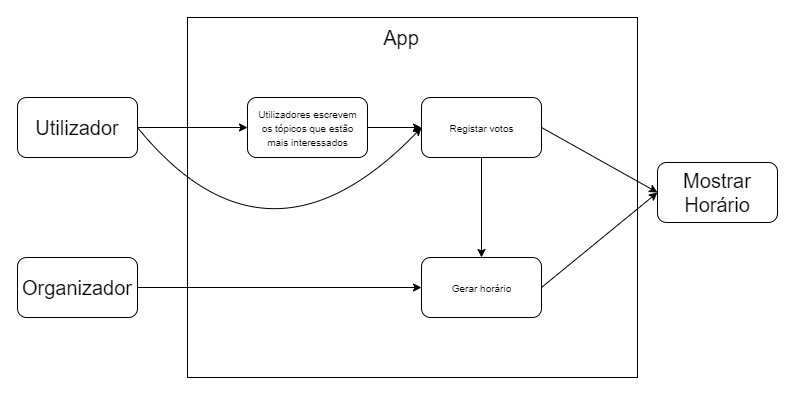
Before: doc/use-cases.png, a diagram exported from draw.io (FEUP-ESOF-2020-21/open-cx-t5g1-wevotewetalk). Source tidied: cells renumbered, new cells last; positions are measured from the earlier drawing's top-left corner, leaving out a move shared by most shapes.
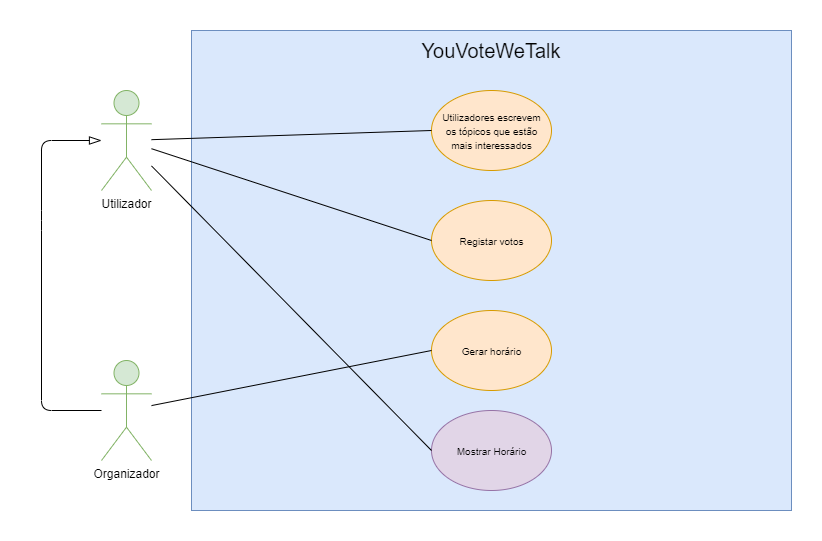
After the change.

Commit message:
Use Cases

What changed in the source:
```diff
@@ -2,73 +2,62 @@
   <root>
     <mxCell id="0" />
     <mxCell id="1" parent="0" />
-    <mxCell id="2" style="rounded=0;whiteSpace=wrap;html=1;" parent="1" vertex="1">
-      <mxGeometry x="170" width="450" height="360" as="geometry" />
+    <mxCell id="2" style="rounded=0;whiteSpace=wrap;html=1;fillColor=#dae8fc;strokeColor=#6c8ebf;" parent="1" vertex="1">
+      <mxGeometry x="170" width="600" height="480" as="geometry" />
     </mxCell>
-    <mxCell id="3" style="rounded=1;whiteSpace=wrap;html=1;" parent="1" vertex="1">
-      <mxGeometry y="80" width="120" height="60" as="geometry" />
-    </mxCell>
+    <mxCell id="23" style="ellipse;whiteSpace=wrap;html=1;fillColor=#ffe6cc;strokeColor=#d79b00;" parent="1" vertex="1">
+      <mxGeometry x="410" y="280" width="120" height="80" as="geometry" />
+    </mxCell>
+    <mxCell id="24" style="ellipse;whiteSpace=wrap;html=1;fillColor=#e1d5e7;strokeColor=#9673a6;" parent="1" vertex="1">
+      <mxGeometry x="410" y="380" width="120" height="80" as="geometry" />
+    </mxCell>
+    <mxCell id="25" style="ellipse;whiteSpace=wrap;html=1;fillColor=#ffe6cc;strokeColor=#d79b00;" parent="1" vertex="1">
+      <mxGeometry x="410" y="170" width="120" height="80" as="geometry" />
+    </mxCell>
+    <mxCell id="26" style="ellipse;whiteSpace=wrap;html=1;fillColor=#ffe6cc;strokeColor=#d79b00;" parent="1" vertex="1">
+      <mxGeometry x="410" y="60" width="120" height="80" as="geometry" />
+    </mxCell>
+    <mxCell id="5" value="&lt;font style=&quot;font-size: 20px&quot;&gt;YouVoteWeTalk&lt;/font&gt;" style="text;html=1;strokeColor=none;fillColor=none;align=center;verticalAlign=middle;whiteSpace=wrap;rounded=0;" parent="1" vertex="1">
+      <mxGeometry x="377" y="10" width="186" height="20" as="geometry" />
+    </mxCell>
+    <mxCell id="10" value="&lt;font style=&quot;font-size: 10px&quot;&gt;Utilizadores escrevem os tópicos que estão mais interessados&lt;/font&gt;" style="text;html=1;strokeColor=none;fillColor=none;align=center;verticalAlign=middle;whiteSpace=wrap;rounded=0;" parent="1" vertex="1">
+      <mxGeometry x="417.5" y="90" width="105" height="20" as="geometry" />
+    </mxCell>
+    <mxCell id="14" value="&lt;font style=&quot;font-size: 10px&quot;&gt;Registar votos&lt;/font&gt;" style="text;html=1;strokeColor=none;fillColor=none;align=center;verticalAlign=middle;whiteSpace=wrap;rounded=0;" parent="1" vertex="1">
+      <mxGeometry x="417.5" y="200" width="105" height="20" as="geometry" />
+    </mxCell>
+    <mxCell id="16" value="&lt;font style=&quot;font-size: 10px&quot;&gt;Gerar horário&lt;/font&gt;" style="text;html=1;strokeColor=none;fillColor=none;align=center;verticalAlign=middle;whiteSpace=wrap;rounded=0;" parent="1" vertex="1">
+      <mxGeometry x="417.5" y="310" width="105" height="20" as="geometry" />
+    </mxCell>
+    <mxCell id="27" style="endArrow=blockThin;html=1;endFill=0;endSize=10;" parent="1" edge="1" source="12" target="4">
+      <mxGeometry relative="1" as="geometry">
+        <Array as="points">
+          <mxPoint x="20" y="380" />
+          <mxPoint x="20" y="190" />
+          <mxPoint x="20" y="110" />
+        </Array>
+      </mxGeometry>
+    </mxCell>
-    <mxCell id="4" value="&lt;font style=&quot;font-size: 20px&quot;&gt;Utilizador&lt;/font&gt;" style="text;html=1;strokeColor=none;fillColor=none;align=center;verticalAlign=middle;whiteSpace=wrap;rounded=0;" parent="1" vertex="1">
-      <mxGeometry x="40" y="100" width="40" height="20" as="geometry" />
+    <mxCell id="4" value="Utilizador" style="shape=umlActor;verticalLabelPosition=bottom;verticalAlign=top;html=1;outlineConnect=0;fillColor=#d5e8d4;strokeColor=#82b366;" parent="1" vertex="1">
+      <mxGeometry x="80" y="60" width="50" height="100" as="geometry" />
     </mxCell>
-    <mxCell id="5" value="&lt;font style=&quot;font-size: 20px&quot;&gt;App&lt;/font&gt;" style="text;html=1;strokeColor=none;fillColor=none;align=center;verticalAlign=middle;whiteSpace=wrap;rounded=0;" parent="1" vertex="1">
-      <mxGeometry x="364" y="10" width="40" height="20" as="geometry" />
-    </mxCell>
-    <mxCell id="6" style="endArrow=classic;html=1;exitX=1;exitY=0.5;exitDx=0;exitDy=0;entryX=0;entryY=0.5;entryDx=0;entryDy=0;" parent="1" edge="1" source="3" target="9">
-      <mxGeometry relative="1" as="geometry" />
-    </mxCell>
-    <mxCell id="7" style="rounded=1;whiteSpace=wrap;html=1;" parent="1" vertex="1">
-      <mxGeometry x="640" y="145" width="120" height="60" as="geometry" />
-    </mxCell>
+    <mxCell id="12" value="Organizador" style="shape=umlActor;verticalLabelPosition=bottom;verticalAlign=top;html=1;outlineConnect=0;fillColor=#d5e8d4;strokeColor=#82b366;" parent="1" vertex="1">
+      <mxGeometry x="80" y="330" width="50" height="100" as="geometry" />
+    </mxCell>
-    <mxCell id="8" value="&lt;span style=&quot;font-size: 20px&quot;&gt;Mostrar Horário&lt;br&gt;&lt;/span&gt;" style="text;html=1;strokeColor=none;fillColor=none;align=center;verticalAlign=middle;whiteSpace=wrap;rounded=0;" parent="1" vertex="1">
-      <mxGeometry x="680" y="165" width="40" height="20" as="geometry" />
+    <mxCell id="8" value="&lt;font style=&quot;font-size: 10px&quot;&gt;Mostrar Horário&lt;/font&gt;" style="text;html=1;strokeColor=none;fillColor=none;align=center;verticalAlign=middle;whiteSpace=wrap;rounded=0;" parent="1" vertex="1">
+      <mxGeometry x="417.5" y="410" width="105" height="20" as="geometry" />
     </mxCell>
-    <mxCell id="9" style="rounded=1;whiteSpace=wrap;html=1;" parent="1" vertex="1">
-      <mxGeometry x="230" y="80" width="120" height="60" as="geometry" />
-    </mxCell>
-    <mxCell id="10" value="&lt;font style=&quot;font-size: 10px&quot;&gt;Utilizadores escrevem os tópicos que estão mais interessados&lt;/font&gt;" style="text;html=1;strokeColor=none;fillColor=none;align=center;verticalAlign=middle;whiteSpace=wrap;rounded=0;" parent="1" vertex="1">
-      <mxGeometry x="237.5" y="100" width="105" height="20" as="geometry" />
-    </mxCell>
-    <mxCell id="11" style="rounded=1;whiteSpace=wrap;html=1;" parent="1" vertex="1">
-      <mxGeometry y="240" width="120" height="60" as="geometry" />
-    </mxCell>
-    <mxCell id="12" value="&lt;font style=&quot;font-size: 20px&quot;&gt;Organizador&lt;/font&gt;" style="text;html=1;strokeColor=none;fillColor=none;align=center;verticalAlign=middle;whiteSpace=wrap;rounded=0;" parent="1" vertex="1">
-      <mxGeometry x="40" y="260" width="40" height="20" as="geometry" />
-    </mxCell>
-    <mxCell id="13" style="rounded=1;whiteSpace=wrap;html=1;" parent="1" vertex="1">
-      <mxGeometry x="404" y="80" width="120" height="60" as="geometry" />
-    </mxCell>
-    <mxCell id="14" value="&lt;font style=&quot;font-size: 10px&quot;&gt;Registar votos&lt;/font&gt;" style="text;html=1;strokeColor=none;fillColor=none;align=center;verticalAlign=middle;whiteSpace=wrap;rounded=0;" parent="1" vertex="1">
-      <mxGeometry x="411.5" y="100" width="105" height="20" as="geometry" />
-    </mxCell>
-    <mxCell id="15" style="rounded=1;whiteSpace=wrap;html=1;" parent="1" vertex="1">
-      <mxGeometry x="404" y="240" width="120" height="60" as="geometry" />
-    </mxCell>
-    <mxCell id="16" value="&lt;font style=&quot;font-size: 10px&quot;&gt;Gerar horário&lt;/font&gt;" style="text;html=1;strokeColor=none;fillColor=none;align=center;verticalAlign=middle;whiteSpace=wrap;rounded=0;" parent="1" vertex="1">
-      <mxGeometry x="411.5" y="260" width="105" height="20" as="geometry" />
-    </mxCell>
-    <mxCell id="17" style="endArrow=classic;html=1;exitX=1;exitY=0.5;exitDx=0;exitDy=0;entryX=0;entryY=0.5;entryDx=0;entryDy=0;" parent="1" edge="1" source="11" target="15">
-      <mxGeometry relative="1" as="geometry" />
-    </mxCell>
-    <mxCell id="18" style="endArrow=classic;html=1;exitX=0.5;exitY=1;exitDx=0;exitDy=0;entryX=0.5;entryY=0;entryDx=0;entryDy=0;" parent="1" edge="1" source="13" target="15">
-      <mxGeometry relative="1" as="geometry" />
-    </mxCell>
-    <mxCell id="19" style="endArrow=classic;html=1;exitX=1;exitY=0.5;exitDx=0;exitDy=0;entryX=0;entryY=0.5;entryDx=0;entryDy=0;" parent="1" edge="1" source="15" target="7">
-      <mxGeometry relative="1" as="geometry" />
-    </mxCell>
-    <mxCell id="20" style="endArrow=classic;html=1;exitX=1;exitY=0.5;exitDx=0;exitDy=0;entryX=0;entryY=0.5;entryDx=0;entryDy=0;" parent="1" edge="1" source="13" target="7">
-      <mxGeometry relative="1" as="geometry" />
-    </mxCell>
-    <mxCell id="21" style="endArrow=classic;html=1;exitX=1;exitY=0.5;exitDx=0;exitDy=0;entryX=0;entryY=0.5;entryDx=0;entryDy=0;" parent="1" edge="1" source="9" target="13">
-      <mxGeometry relative="1" as="geometry" />
-    </mxCell>
-    <mxCell id="22" style="endArrow=classic;html=1;curved=1;entryX=0;entryY=0.5;entryDx=0;entryDy=0;" parent="1" edge="1" target="13">
-      <mxGeometry relative="1" as="geometry">
-        <mxPoint x="120" y="110" as="sourcePoint" />
-        <Array as="points">
-          <mxPoint x="250" y="270" />
-        </Array>
-      </mxGeometry>
-    </mxCell>
+    <mxCell id="28" style="endArrow=none;html=1;entryX=0;entryY=0.5;entryDx=0;entryDy=0;endFill=0;" parent="1" edge="1" source="4" target="26">
+      <mxGeometry relative="1" as="geometry" />
+    </mxCell>
+    <mxCell id="29" style="endArrow=none;html=1;entryX=0;entryY=0.5;entryDx=0;entryDy=0;endFill=0;" parent="1" edge="1" source="4" target="25">
+      <mxGeometry relative="1" as="geometry" />
+    </mxCell>
+    <mxCell id="30" style="endArrow=none;html=1;entryX=0;entryY=0.5;entryDx=0;entryDy=0;endFill=0;" parent="1" edge="1" source="12" target="23">
+      <mxGeometry relative="1" as="geometry" />
+    </mxCell>
+    <mxCell id="31" style="endArrow=none;html=1;entryX=0;entryY=0.5;entryDx=0;entryDy=0;endFill=0;" parent="1" edge="1" source="4" target="24">
+      <mxGeometry relative="1" as="geometry" />
+    </mxCell>
   </root>
 </mxGraphModel>
```
